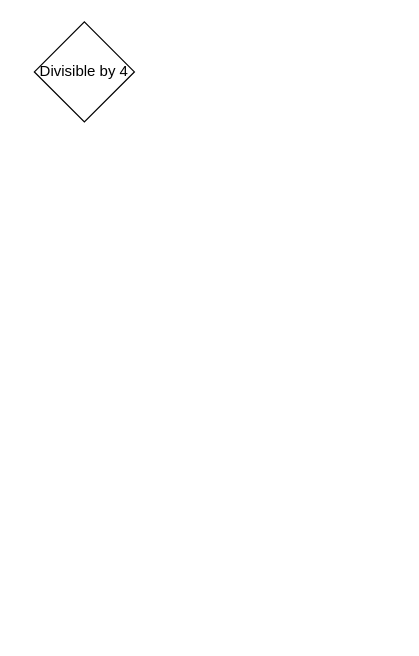
Before: Untitled Diagram.drawio in elbaheleng/learning-javascript, a draw.io diagram. Source tidied: cells renumbered, new cells numbered last; positions are measured from the earlier drawing's top-left corner, leaving out a move shared by most shapes. Both pictures are drawn from the tidied source at 125%, with x=0, y=0 at pixel (34, 21).
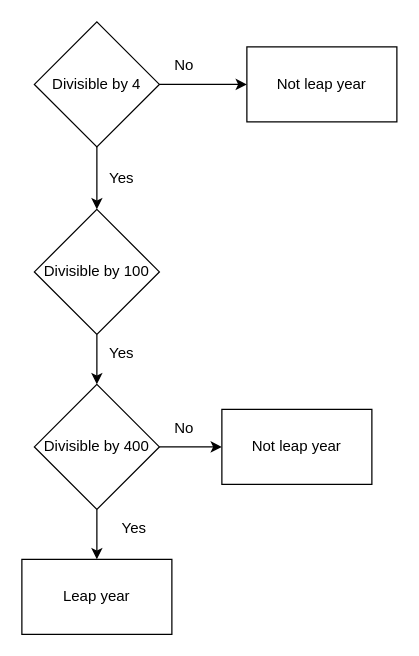
The same diagram, later.

Diff of the diagram source:
```diff
@@
     <mxCell id="2" value="Divisible by 4" style="rhombus;whiteSpace=wrap;html=1;" parent="1" vertex="1">
-      <mxGeometry width="80" height="80" as="geometry" />
+      <mxGeometry width="100" height="100" as="geometry" />
     </mxCell>
+    <mxCell id="3" style="endArrow=classic;html=1;rounded=0;exitX=0.5;exitY=1;exitDx=0;exitDy=0;" parent="1" edge="1" source="2">
+      <mxGeometry relative="1" as="geometry">
+        <mxPoint x="50" y="150" as="targetPoint" />
+      </mxGeometry>
+    </mxCell>
+    <mxCell id="4" value="Not leap year" style="rounded=0;whiteSpace=wrap;html=1;" parent="1" vertex="1">
+      <mxGeometry x="170" y="20" width="120" height="60" as="geometry" />
+    </mxCell>
+    <mxCell id="5" style="endArrow=classic;html=1;rounded=0;entryX=0;entryY=0.5;entryDx=0;entryDy=0;exitX=1;exitY=0.5;exitDx=0;exitDy=0;" parent="1" edge="1" source="2" target="4">
+      <mxGeometry relative="1" as="geometry" />
+    </mxCell>
+    <mxCell id="6" value="No" style="text;html=1;align=center;verticalAlign=middle;whiteSpace=wrap;rounded=0;" parent="1" vertex="1">
+      <mxGeometry x="90" y="20" width="60" height="30" as="geometry" />
+    </mxCell>
+    <mxCell id="7" value="Yes" style="text;html=1;align=center;verticalAlign=middle;whiteSpace=wrap;rounded=0;" parent="1" vertex="1">
+      <mxGeometry x="40" y="110" width="60" height="30" as="geometry" />
+    </mxCell>
+    <mxCell id="8" value="Divisible by 100" style="rhombus;whiteSpace=wrap;html=1;" parent="1" vertex="1">
+      <mxGeometry y="150" width="100" height="100" as="geometry" />
+    </mxCell>
+    <mxCell id="9" style="endArrow=classic;html=1;rounded=0;exitX=0.5;exitY=1;exitDx=0;exitDy=0;" parent="1" edge="1" source="8">
+      <mxGeometry relative="1" as="geometry">
+        <mxPoint x="50" y="290" as="targetPoint" />
+      </mxGeometry>
+    </mxCell>
+    <mxCell id="10" value="Yes" style="text;html=1;align=center;verticalAlign=middle;whiteSpace=wrap;rounded=0;" parent="1" vertex="1">
+      <mxGeometry x="40" y="250" width="60" height="30" as="geometry" />
+    </mxCell>
+    <mxCell id="11" value="Divisible by 400" style="rhombus;whiteSpace=wrap;html=1;" parent="1" vertex="1">
+      <mxGeometry y="290" width="100" height="100" as="geometry" />
+    </mxCell>
+    <mxCell id="12" style="endArrow=classic;html=1;rounded=0;" parent="1" edge="1">
+      <mxGeometry relative="1" as="geometry">
+        <mxPoint x="100" y="340" as="sourcePoint" />
+        <mxPoint x="150" y="340" as="targetPoint" />
+      </mxGeometry>
+    </mxCell>
+    <mxCell id="13" style="endArrow=classic;html=1;rounded=0;exitX=0.5;exitY=1;exitDx=0;exitDy=0;" parent="1" edge="1" source="11">
+      <mxGeometry relative="1" as="geometry">
+        <mxPoint x="50" y="430" as="targetPoint" />
+      </mxGeometry>
+    </mxCell>
+    <mxCell id="14" value="Not leap year" style="rounded=0;whiteSpace=wrap;html=1;" parent="1" vertex="1">
+      <mxGeometry x="150" y="310" width="120" height="60" as="geometry" />
+    </mxCell>
+    <mxCell id="15" value="Yes" style="text;html=1;align=center;verticalAlign=middle;whiteSpace=wrap;rounded=0;" parent="1" vertex="1">
+      <mxGeometry x="50" y="390" width="60" height="30" as="geometry" />
+    </mxCell>
+    <mxCell id="16" value="No" style="text;html=1;align=center;verticalAlign=middle;whiteSpace=wrap;rounded=0;" parent="1" vertex="1">
+      <mxGeometry x="90" y="310" width="60" height="30" as="geometry" />
+    </mxCell>
+    <mxCell id="17" value="Leap year" style="rounded=0;whiteSpace=wrap;html=1;" parent="1" vertex="1">
+      <mxGeometry x="-10" y="430" width="120" height="60" as="geometry" />
+    </mxCell>
```
